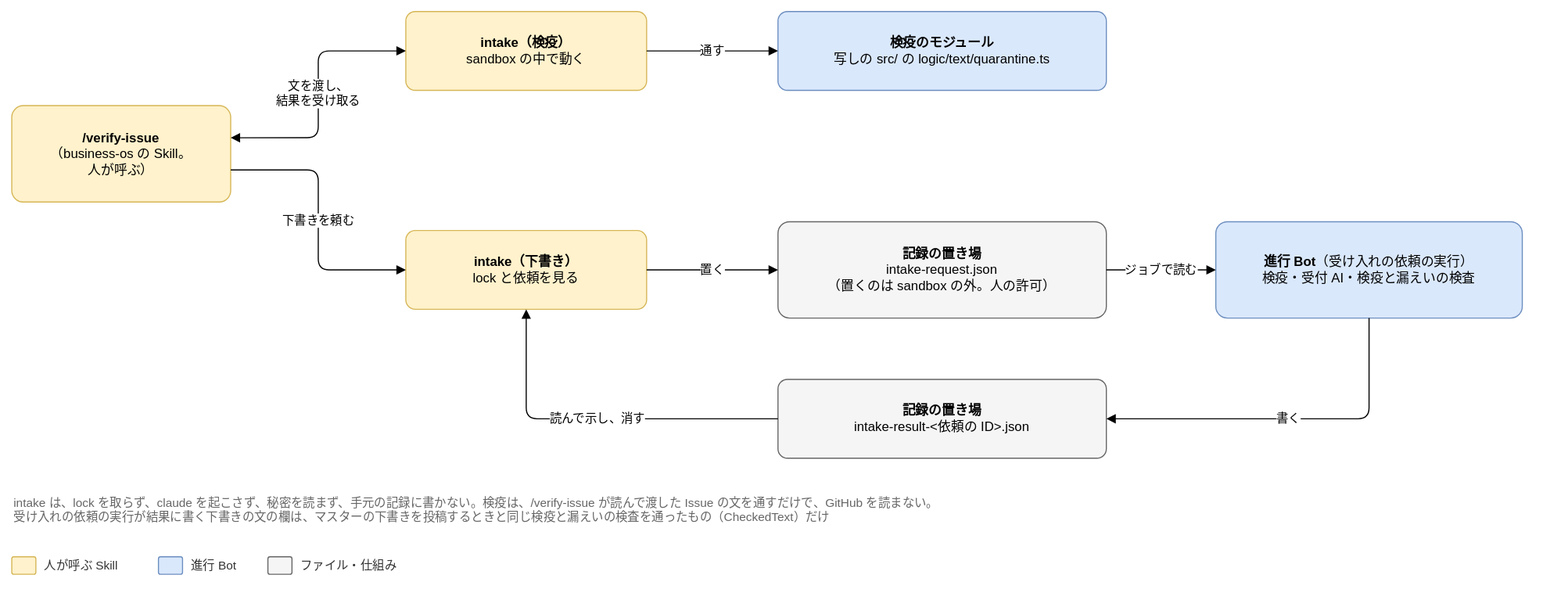
Joymerrevent/dev-autopilot keeps this draw.io diagram as docs/design/detailed/diagrams/06-intake.drawio.svg. Above is the earlier version. Source tidied: cells renumbered, new cells last; positions are measured from the earlier drawing's top-left corner, leaving out a move shared by most shapes. Its diagram source:
```xml
<mxGraphModel background="#ffffff">
  <root>
    <mxCell id="0" />
    <mxCell id="1" parent="0" />
    <mxCell id="2" value="&lt;b&gt;/verify-issue&lt;/b&gt;&lt;br&gt;（business-os の Skill。&lt;br&gt;人が呼ぶ）" style="rounded=1;whiteSpace=wrap;html=1;fontSize=12;arcSize=12;spacing=12;fillColor=#fff2cc;strokeColor=#d6b656;" parent="1" vertex="1">
      <mxGeometry y="86" width="200" height="88" as="geometry" />
    </mxCell>
    <mxCell id="3" value="&lt;b&gt;intake（検疫）&lt;/b&gt;&lt;br&gt;sandbox の中で動く" style="rounded=1;whiteSpace=wrap;html=1;fontSize=12;arcSize=12;spacing=12;fillColor=#fff2cc;strokeColor=#d6b656;" parent="1" vertex="1">
      <mxGeometry x="360" width="220" height="72" as="geometry" />
    </mxCell>
    <mxCell id="4" value="&lt;b&gt;検疫のモジュール&lt;/b&gt;&lt;br&gt;写しの src/ の logic/text/quarantine.ts" style="rounded=1;whiteSpace=wrap;html=1;fontSize=12;arcSize=12;spacing=12;fillColor=#dae8fc;strokeColor=#6c8ebf;" parent="1" vertex="1">
      <mxGeometry x="700" width="300" height="72" as="geometry" />
    </mxCell>
    <mxCell id="5" value="&lt;b&gt;intake（下書き）&lt;/b&gt;&lt;br&gt;lock と依頼を見る" style="rounded=1;whiteSpace=wrap;html=1;fontSize=12;arcSize=12;spacing=12;fillColor=#fff2cc;strokeColor=#d6b656;" parent="1" vertex="1">
      <mxGeometry x="360" y="200" width="220" height="72" as="geometry" />
    </mxCell>
    <mxCell id="6" value="&lt;b&gt;記録の置き場&lt;/b&gt;&lt;br&gt;intake-request.json&lt;br&gt;（置くのは sandbox の外。人の許可）" style="rounded=1;whiteSpace=wrap;html=1;fontSize=12;arcSize=12;spacing=12;fillColor=#f5f5f5;strokeColor=#666666;" parent="1" vertex="1">
      <mxGeometry x="700" y="192" width="300" height="88" as="geometry" />
    </mxCell>
    <mxCell id="7" value="&lt;b&gt;進行 Bot&lt;/b&gt;（受け入れの依頼の実行）&lt;br&gt;検疫・受付 AI・検疫と漏えいの検査" style="rounded=1;whiteSpace=wrap;html=1;fontSize=12;arcSize=12;spacing=12;fillColor=#dae8fc;strokeColor=#6c8ebf;" parent="1" vertex="1">
      <mxGeometry x="1100" y="192" width="280" height="88" as="geometry" />
    </mxCell>
    <mxCell id="8" value="&lt;b&gt;記録の置き場&lt;/b&gt;&lt;br&gt;intake-result-&amp;lt;依頼の ID&amp;gt;.json" style="rounded=1;whiteSpace=wrap;html=1;fontSize=12;arcSize=12;spacing=12;fillColor=#f5f5f5;strokeColor=#666666;" parent="1" vertex="1">
      <mxGeometry x="700" y="336" width="300" height="72" as="geometry" />
    </mxCell>
    <mxCell id="9" value="文を渡し、&lt;br&gt;結果を受け取る" style="edgeStyle=orthogonalEdgeStyle;rounded=1;html=1;endArrow=block;endFill=1;fontSize=11;labelBackgroundColor=#ffffff;startArrow=block;startFill=1;exitX=1;exitY=0.3333333333333333;exitDx=0;exitDy=0;entryX=0;entryY=0.5;entryDx=0;entryDy=0;" parent="1" edge="1" source="2" target="3">
      <mxGeometry relative="1" as="geometry">
        <Array as="points">
          <mxPoint x="280" y="115" />
          <mxPoint x="280" y="36" />
        </Array>
      </mxGeometry>
    </mxCell>
    <mxCell id="10" value="通す" style="edgeStyle=orthogonalEdgeStyle;rounded=1;html=1;endArrow=block;endFill=1;fontSize=11;labelBackgroundColor=#ffffff;exitX=1;exitY=0.5;exitDx=0;exitDy=0;entryX=0;entryY=0.5;entryDx=0;entryDy=0;" parent="1" edge="1" source="3" target="4">
      <mxGeometry relative="1" as="geometry" />
    </mxCell>
    <mxCell id="11" value="下書きを頼む" style="edgeStyle=orthogonalEdgeStyle;rounded=1;html=1;endArrow=block;endFill=1;fontSize=11;labelBackgroundColor=#ffffff;exitX=1;exitY=0.6666666666666666;exitDx=0;exitDy=0;entryX=0;entryY=0.5;entryDx=0;entryDy=0;" parent="1" edge="1" source="2" target="5">
      <mxGeometry relative="1" as="geometry">
        <Array as="points">
          <mxPoint x="280" y="145" />
          <mxPoint x="280" y="236" />
        </Array>
      </mxGeometry>
    </mxCell>
    <mxCell id="12" value="置く" style="edgeStyle=orthogonalEdgeStyle;rounded=1;html=1;endArrow=block;endFill=1;fontSize=11;labelBackgroundColor=#ffffff;exitX=1;exitY=0.5;exitDx=0;exitDy=0;entryX=0;entryY=0.5;entryDx=0;entryDy=0;" parent="1" edge="1" source="5" target="6">
      <mxGeometry relative="1" as="geometry" />
    </mxCell>
    <mxCell id="13" value="ジョブで読む" style="edgeStyle=orthogonalEdgeStyle;rounded=1;html=1;endArrow=block;endFill=1;fontSize=11;labelBackgroundColor=#ffffff;exitX=1;exitY=0.5;exitDx=0;exitDy=0;entryX=0;entryY=0.5;entryDx=0;entryDy=0;" parent="1" edge="1" source="6" target="7">
      <mxGeometry relative="1" as="geometry" />
    </mxCell>
    <mxCell id="14" value="書く" style="edgeStyle=orthogonalEdgeStyle;rounded=1;html=1;endArrow=block;endFill=1;fontSize=11;labelBackgroundColor=#ffffff;exitX=0.5;exitY=1;exitDx=0;exitDy=0;entryX=1;entryY=0.5;entryDx=0;entryDy=0;" parent="1" edge="1" source="7" target="8">
      <mxGeometry relative="1" as="geometry">
        <Array as="points">
          <mxPoint x="1240" y="372" />
        </Array>
      </mxGeometry>
    </mxCell>
    <mxCell id="15" value="読んで示し、消す" style="edgeStyle=orthogonalEdgeStyle;rounded=1;html=1;endArrow=block;endFill=1;fontSize=11;labelBackgroundColor=#ffffff;exitX=0;exitY=0.5;exitDx=0;exitDy=0;entryX=0.5;entryY=1;entryDx=0;entryDy=0;" parent="1" edge="1" source="8" target="5">
      <mxGeometry relative="1" as="geometry">
        <Array as="points">
          <mxPoint x="470" y="372" />
        </Array>
      </mxGeometry>
    </mxCell>
    <mxCell id="16" value="intake は、lock を取らず、claude を起こさず、秘密を読まず、手元の記録に書かない。検疫は、/verify-issue が読んで渡した Issue の文を通すだけで、GitHub を読まない。&lt;br&gt;受け入れの依頼の実行が結果に書く下書きの文の欄は、マスターの下書きを投稿するときと同じ検疫と漏えいの検査を通ったもの（CheckedText）だけ" style="text;html=1;whiteSpace=wrap;align=left;verticalAlign=top;fontSize=11;fontColor=#666666;" parent="1" vertex="1">
      <mxGeometry y="436" width="1400" height="40" as="geometry" />
    </mxCell>
    <mxCell id="17" style="rounded=1;whiteSpace=wrap;html=1;fontSize=12;arcSize=12;spacing=12;fillColor=#fff2cc;strokeColor=#d6b656;" parent="1" vertex="1">
      <mxGeometry y="498" width="22" height="16" as="geometry" />
    </mxCell>
    <mxCell id="18" value="人が呼ぶ Skill" style="text;html=1;align=left;verticalAlign=middle;fontSize=11;fontColor=#333333;" parent="1" vertex="1">
      <mxGeometry x="28" y="496" width="90" height="20" as="geometry" />
    </mxCell>
    <mxCell id="19" style="rounded=1;whiteSpace=wrap;html=1;fontSize=12;arcSize=12;spacing=12;fillColor=#dae8fc;strokeColor=#6c8ebf;" parent="1" vertex="1">
      <mxGeometry x="134" y="498" width="22" height="16" as="geometry" />
    </mxCell>
    <mxCell id="20" value="進行 Bot" style="text;html=1;align=left;verticalAlign=middle;fontSize=11;fontColor=#333333;" parent="1" vertex="1">
      <mxGeometry x="162" y="496" width="56" height="20" as="geometry" />
    </mxCell>
    <mxCell id="21" style="rounded=1;whiteSpace=wrap;html=1;fontSize=12;arcSize=12;spacing=12;fillColor=#f5f5f5;strokeColor=#666666;" parent="1" vertex="1">
      <mxGeometry x="234" y="498" width="22" height="16" as="geometry" />
    </mxCell>
    <mxCell id="22" value="ファイル・仕組み" style="text;html=1;align=left;verticalAlign=middle;fontSize=11;fontColor=#333333;" parent="1" vertex="1">
      <mxGeometry x="262" y="496" width="100" height="20" as="geometry" />
    </mxCell>
  </root>
</mxGraphModel>
```
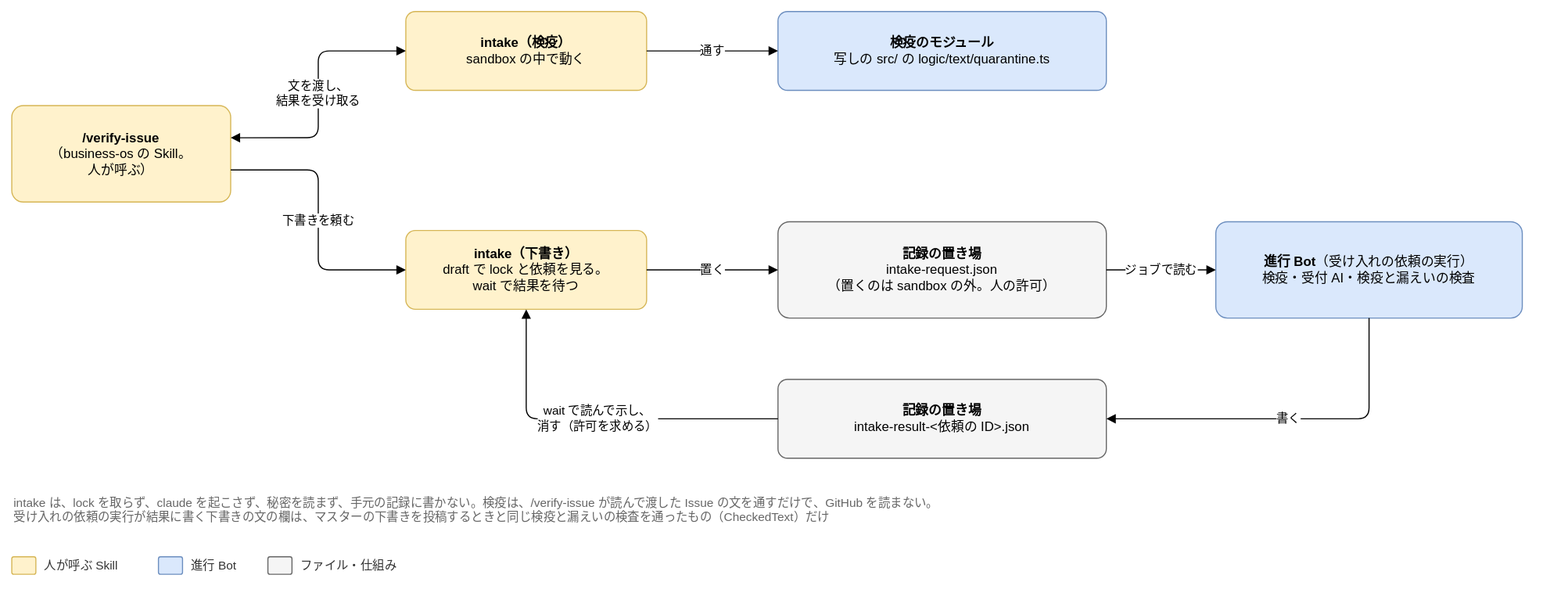
Above is the later version.

Commit message:
docs(design): 詳細設計の図 07-lifecycle と 06-intake を、直した表に合わせる

- 07-lifecycle：10 の「セッションの順」に描き直し、順ごとの外れたとき（not-started・
  not-stopped・prepare-failed・settings-tampered）を右に並べ、終わり方の記号を先後の順にした。
  注は、レビューのラウンドの 5 つ分の取り置きと、セッションの順 8 で残りを探すことにした
  （H-1、H-3、H-7、H-11、M-69、M-70、M-71、M-73）
- 06-intake：intake の下書きを draft と wait に分けて書いた（M-67）

Claude-Session: https://claude.ai/code/session_01LvmXQN14Y95msvojZ6hWNP

The edit, as a diff of the source:
```diff
@@ -11,7 +11,7 @@
     <mxCell id="4" value="&lt;b&gt;検疫のモジュール&lt;/b&gt;&lt;br&gt;写しの src/ の logic/text/quarantine.ts" style="rounded=1;whiteSpace=wrap;html=1;fontSize=12;arcSize=12;spacing=12;fillColor=#dae8fc;strokeColor=#6c8ebf;" parent="1" vertex="1">
       <mxGeometry x="700" width="300" height="72" as="geometry" />
     </mxCell>
-    <mxCell id="5" value="&lt;b&gt;intake（下書き）&lt;/b&gt;&lt;br&gt;lock と依頼を見る" style="rounded=1;whiteSpace=wrap;html=1;fontSize=12;arcSize=12;spacing=12;fillColor=#fff2cc;strokeColor=#d6b656;" parent="1" vertex="1">
+    <mxCell id="5" value="&lt;b&gt;intake（下書き）&lt;/b&gt;&lt;br&gt;draft で lock と依頼を見る。&lt;br&gt;wait で結果を待つ" style="rounded=1;whiteSpace=wrap;html=1;fontSize=12;arcSize=12;spacing=12;fillColor=#fff2cc;strokeColor=#d6b656;" parent="1" vertex="1">
       <mxGeometry x="360" y="200" width="220" height="72" as="geometry" />
     </mxCell>
     <mxCell id="6" value="&lt;b&gt;記録の置き場&lt;/b&gt;&lt;br&gt;intake-request.json&lt;br&gt;（置くのは sandbox の外。人の許可）" style="rounded=1;whiteSpace=wrap;html=1;fontSize=12;arcSize=12;spacing=12;fillColor=#f5f5f5;strokeColor=#666666;" parent="1" vertex="1">
@@ -55,7 +55,7 @@
         </Array>
       </mxGeometry>
     </mxCell>
-    <mxCell id="15" value="読んで示し、消す" style="edgeStyle=orthogonalEdgeStyle;rounded=1;html=1;endArrow=block;endFill=1;fontSize=11;labelBackgroundColor=#ffffff;exitX=0;exitY=0.5;exitDx=0;exitDy=0;entryX=0.5;entryY=1;entryDx=0;entryDy=0;" parent="1" edge="1" source="8" target="5">
+    <mxCell id="15" value="wait で読んで示し、&lt;br&gt;消す（許可を求める）" style="edgeStyle=orthogonalEdgeStyle;rounded=1;html=1;endArrow=block;endFill=1;fontSize=11;labelBackgroundColor=#ffffff;exitX=0;exitY=0.5;exitDx=0;exitDy=0;entryX=0.5;entryY=1;entryDx=0;entryDy=0;" parent="1" edge="1" source="8" target="5">
       <mxGeometry relative="1" as="geometry">
         <Array as="points">
           <mxPoint x="470" y="372" />
```
